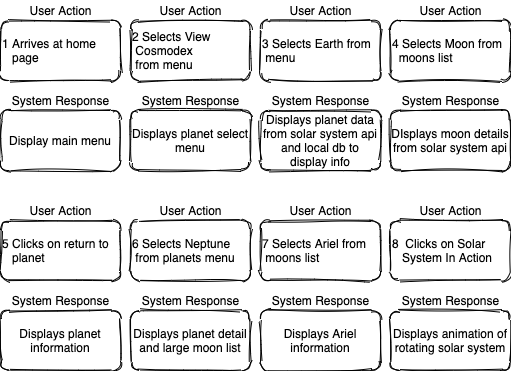
This is Plans/User_Journey.png from robbobby/the-curly-boys-space-adventure, a draw.io export, as it was before one commit. Source tidied: cells renumbered, new cells last; positions are measured from the earlier drawing's top-left corner, leaving out a move shared by most shapes.
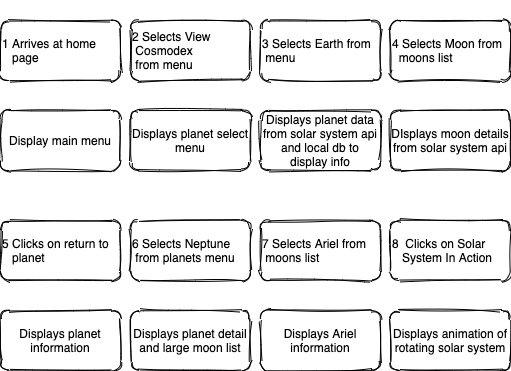
The same diagram one commit later.

Change to the diagram source:
```diff
@@ -8,10 +8,10 @@
     <mxCell id="3" value="Display main menu" style="whiteSpace=wrap;html=1;sketch=1;rounded=1;" parent="1" vertex="1">
       <mxGeometry y="110" width="120" height="60" as="geometry" />
     </mxCell>
-    <mxCell id="4" value="User Action" style="text;html=1;align=center;verticalAlign=middle;sketch=1;rounded=1;" parent="1" vertex="1">
+    <mxCell id="4" value="User Action" style="text;html=1;align=center;verticalAlign=middle;sketch=1;rounded=1;fontColor=#FFFFFF;" parent="1" vertex="1">
       <mxGeometry x="20" width="80" height="20" as="geometry" />
     </mxCell>
-    <mxCell id="5" value="System Response" style="text;html=1;align=center;verticalAlign=middle;sketch=1;rounded=1;" parent="1" vertex="1">
+    <mxCell id="5" value="System Response" style="text;html=1;align=center;verticalAlign=middle;sketch=1;rounded=1;fontColor=#FFFFFF;" parent="1" vertex="1">
       <mxGeometry x="5" y="90" width="110" height="20" as="geometry" />
     </mxCell>
     <mxCell id="6" value="2 Selects View&amp;nbsp; &amp;nbsp; &amp;nbsp; &amp;nbsp;Cosmodex&amp;nbsp; &amp;nbsp; &amp;nbsp;from&amp;nbsp;menu" style="whiteSpace=wrap;html=1;align=left;sketch=1;rounded=1;" parent="1" vertex="1">
@@ -20,10 +20,10 @@
     <mxCell id="7" value="Displays planet select&lt;br&gt;menu" style="whiteSpace=wrap;html=1;sketch=1;rounded=1;" parent="1" vertex="1">
       <mxGeometry x="130" y="110" width="120" height="60" as="geometry" />
     </mxCell>
-    <mxCell id="8" value="User Action" style="text;html=1;align=center;verticalAlign=middle;sketch=1;rounded=1;" parent="1" vertex="1">
+    <mxCell id="8" value="User Action" style="text;html=1;align=center;verticalAlign=middle;sketch=1;rounded=1;fontColor=#FFFFFF;" parent="1" vertex="1">
       <mxGeometry x="150" width="80" height="20" as="geometry" />
     </mxCell>
-    <mxCell id="9" value="System Response" style="text;html=1;align=center;verticalAlign=middle;sketch=1;rounded=1;" parent="1" vertex="1">
+    <mxCell id="9" value="System Response" style="text;html=1;align=center;verticalAlign=middle;sketch=1;rounded=1;fontColor=#FFFFFF;" parent="1" vertex="1">
       <mxGeometry x="135" y="90" width="110" height="20" as="geometry" />
     </mxCell>
     <mxCell id="10" value="3 Selects Earth from&amp;nbsp; &amp;nbsp;menu" style="whiteSpace=wrap;html=1;align=left;sketch=1;rounded=1;" parent="1" vertex="1">
@@ -32,10 +32,10 @@
     <mxCell id="11" value="Displays planet data from solar system api and local db to display info" style="whiteSpace=wrap;html=1;sketch=1;rounded=1;" parent="1" vertex="1">
       <mxGeometry x="260" y="110" width="120" height="60" as="geometry" />
     </mxCell>
-    <mxCell id="12" value="User Action" style="text;html=1;align=center;verticalAlign=middle;sketch=1;rounded=1;" parent="1" vertex="1">
+    <mxCell id="12" value="User Action" style="text;html=1;align=center;verticalAlign=middle;sketch=1;rounded=1;fontColor=#FFFFFF;" parent="1" vertex="1">
       <mxGeometry x="280" width="80" height="20" as="geometry" />
     </mxCell>
-    <mxCell id="13" value="System Response" style="text;html=1;align=center;verticalAlign=middle;sketch=1;rounded=1;" parent="1" vertex="1">
+    <mxCell id="13" value="System Response" style="text;html=1;align=center;verticalAlign=middle;sketch=1;rounded=1;fontColor=#FFFFFF;" parent="1" vertex="1">
       <mxGeometry x="265" y="90" width="110" height="20" as="geometry" />
     </mxCell>
     <mxCell id="14" value="4 Selects Moon from&amp;nbsp; &amp;nbsp; moons list" style="whiteSpace=wrap;html=1;align=left;sketch=1;rounded=1;" parent="1" vertex="1">
@@ -44,10 +44,10 @@
     <mxCell id="15" value="DIsplays moon details from solar system api" style="whiteSpace=wrap;html=1;sketch=1;rounded=1;" parent="1" vertex="1">
       <mxGeometry x="390" y="110" width="120" height="60" as="geometry" />
     </mxCell>
-    <mxCell id="16" value="User Action" style="text;html=1;align=center;verticalAlign=middle;sketch=1;rounded=1;" parent="1" vertex="1">
+    <mxCell id="16" value="User Action" style="text;html=1;align=center;verticalAlign=middle;sketch=1;rounded=1;fontColor=#FFFFFF;" parent="1" vertex="1">
       <mxGeometry x="410" width="80" height="20" as="geometry" />
     </mxCell>
-    <mxCell id="17" value="System Response" style="text;html=1;align=center;verticalAlign=middle;sketch=1;rounded=1;" parent="1" vertex="1">
+    <mxCell id="17" value="System Response" style="text;html=1;align=center;verticalAlign=middle;sketch=1;rounded=1;fontColor=#FFFFFF;" parent="1" vertex="1">
       <mxGeometry x="395" y="90" width="110" height="20" as="geometry" />
     </mxCell>
     <mxCell id="18" value="5 Clicks on return to&lt;br&gt;&amp;nbsp; &amp;nbsp;planet" style="whiteSpace=wrap;html=1;align=left;sketch=1;rounded=1;" parent="1" vertex="1">
@@ -56,10 +56,10 @@
     <mxCell id="19" value="Displays planet&lt;br&gt;information" style="whiteSpace=wrap;html=1;sketch=1;rounded=1;" parent="1" vertex="1">
       <mxGeometry y="310" width="120" height="60" as="geometry" />
     </mxCell>
-    <mxCell id="20" value="User Action" style="text;html=1;align=center;verticalAlign=middle;sketch=1;rounded=1;" parent="1" vertex="1">
+    <mxCell id="20" value="User Action" style="text;html=1;align=center;verticalAlign=middle;sketch=1;rounded=1;fontColor=#FFFFFF;" parent="1" vertex="1">
       <mxGeometry x="20" y="200" width="80" height="20" as="geometry" />
     </mxCell>
-    <mxCell id="21" value="System Response" style="text;html=1;align=center;verticalAlign=middle;sketch=1;rounded=1;" parent="1" vertex="1">
+    <mxCell id="21" value="System Response" style="text;html=1;align=center;verticalAlign=middle;sketch=1;rounded=1;fontColor=#FFFFFF;" parent="1" vertex="1">
       <mxGeometry x="5" y="290" width="110" height="20" as="geometry" />
     </mxCell>
     <mxCell id="22" value="6 Selects Neptune&amp;nbsp; &amp;nbsp; &amp;nbsp;from planets menu" style="whiteSpace=wrap;html=1;align=left;sketch=1;rounded=1;" parent="1" vertex="1">
@@ -68,10 +68,10 @@
     <mxCell id="23" value="Displays planet detail and large moon list" style="whiteSpace=wrap;html=1;sketch=1;rounded=1;" parent="1" vertex="1">
       <mxGeometry x="130" y="310" width="120" height="60" as="geometry" />
     </mxCell>
-    <mxCell id="24" value="User Action" style="text;html=1;align=center;verticalAlign=middle;sketch=1;rounded=1;" parent="1" vertex="1">
+    <mxCell id="24" value="User Action" style="text;html=1;align=center;verticalAlign=middle;sketch=1;rounded=1;fontColor=#FFFFFF;" parent="1" vertex="1">
       <mxGeometry x="150" y="200" width="80" height="20" as="geometry" />
     </mxCell>
-    <mxCell id="25" value="System Response" style="text;html=1;align=center;verticalAlign=middle;sketch=1;rounded=1;" parent="1" vertex="1">
+    <mxCell id="25" value="System Response" style="text;html=1;align=center;verticalAlign=middle;sketch=1;rounded=1;fontColor=#FFFFFF;" parent="1" vertex="1">
       <mxGeometry x="135" y="290" width="110" height="20" as="geometry" />
     </mxCell>
     <mxCell id="26" value="7 Selects Ariel from&amp;nbsp; &amp;nbsp;moons list" style="whiteSpace=wrap;html=1;align=left;sketch=1;rounded=1;" parent="1" vertex="1">
@@ -80,10 +80,10 @@
     <mxCell id="27" value="Displays Ariel information" style="whiteSpace=wrap;html=1;sketch=1;rounded=1;" parent="1" vertex="1">
       <mxGeometry x="260" y="310" width="120" height="60" as="geometry" />
     </mxCell>
-    <mxCell id="28" value="User Action" style="text;html=1;align=center;verticalAlign=middle;sketch=1;rounded=1;" parent="1" vertex="1">
+    <mxCell id="28" value="User Action" style="text;html=1;align=center;verticalAlign=middle;sketch=1;rounded=1;fontColor=#FFFFFF;" parent="1" vertex="1">
       <mxGeometry x="280" y="200" width="80" height="20" as="geometry" />
     </mxCell>
-    <mxCell id="29" value="System Response" style="text;html=1;align=center;verticalAlign=middle;sketch=1;rounded=1;" parent="1" vertex="1">
+    <mxCell id="29" value="System Response" style="text;html=1;align=center;verticalAlign=middle;sketch=1;rounded=1;fontColor=#FFFFFF;" parent="1" vertex="1">
       <mxGeometry x="265" y="290" width="110" height="20" as="geometry" />
     </mxCell>
     <mxCell id="30" value="8&amp;nbsp;&amp;nbsp;Clicks on Solar&lt;br&gt;&amp;nbsp; &amp;nbsp;System In Action" style="whiteSpace=wrap;html=1;align=left;sketch=1;rounded=1;" parent="1" vertex="1">
@@ -92,10 +92,10 @@
     <mxCell id="31" value="&lt;span&gt;Displays animation of&lt;/span&gt;&lt;br&gt;&lt;span&gt;rotating solar system&lt;/span&gt;" style="whiteSpace=wrap;html=1;sketch=1;rounded=1;" parent="1" vertex="1">
       <mxGeometry x="390" y="310" width="120" height="60" as="geometry" />
     </mxCell>
-    <mxCell id="32" value="User Action" style="text;html=1;align=center;verticalAlign=middle;sketch=1;rounded=1;" parent="1" vertex="1">
+    <mxCell id="32" value="User Action" style="text;html=1;align=center;verticalAlign=middle;sketch=1;rounded=1;fontColor=#FFFFFF;" parent="1" vertex="1">
       <mxGeometry x="410" y="200" width="80" height="20" as="geometry" />
     </mxCell>
-    <mxCell id="33" value="System Response" style="text;html=1;align=center;verticalAlign=middle;sketch=1;rounded=1;" parent="1" vertex="1">
+    <mxCell id="33" value="System Response" style="text;html=1;align=center;verticalAlign=middle;sketch=1;rounded=1;fontColor=#FFFFFF;" parent="1" vertex="1">
       <mxGeometry x="395" y="290" width="110" height="20" as="geometry" />
     </mxCell>
   </root>
```
